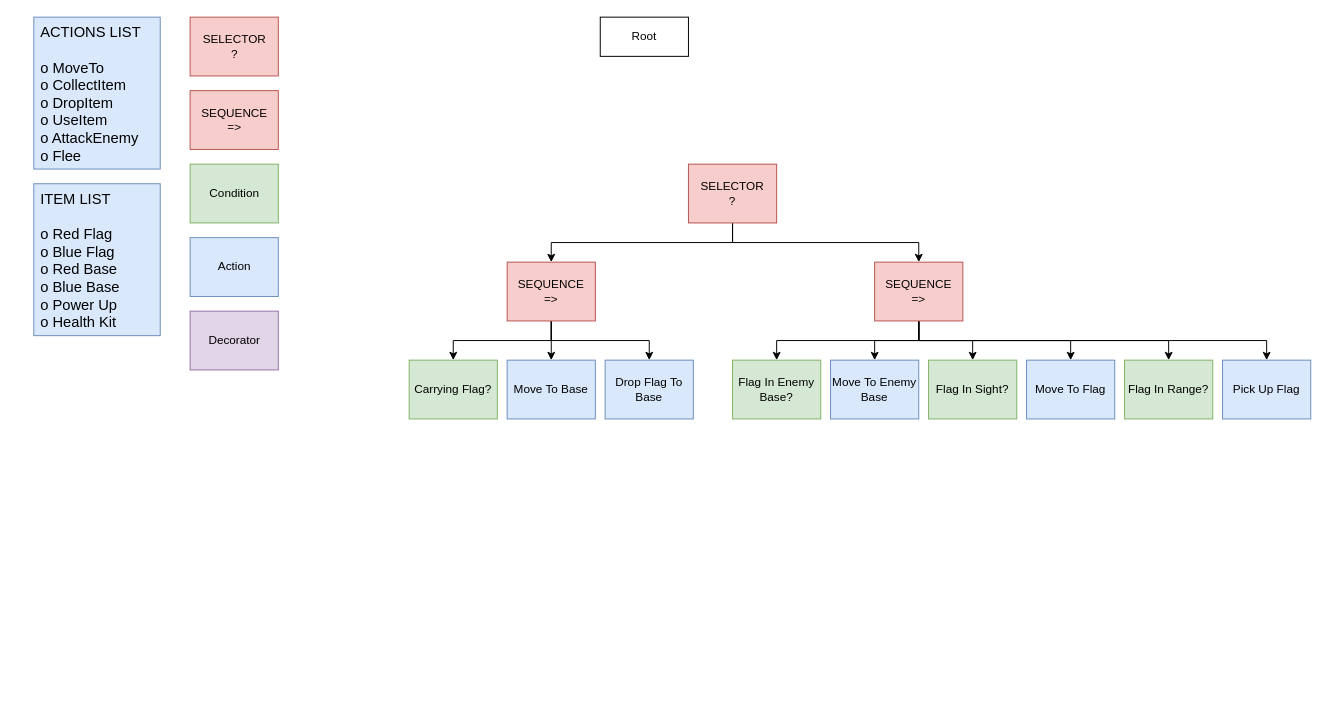
Above: AIAssessmentTree.drawio in Snowball115/SOL-AIBehaviourTree (draw.io), before the change. Source tidied: cells renumbered, new cells numbered last; positions are measured from the earlier drawing's top-left corner, leaving out a move shared by most shapes. Both pictures are drawn from the tidied source at 98%, with x=0, y=0 at pixel (33, 17).
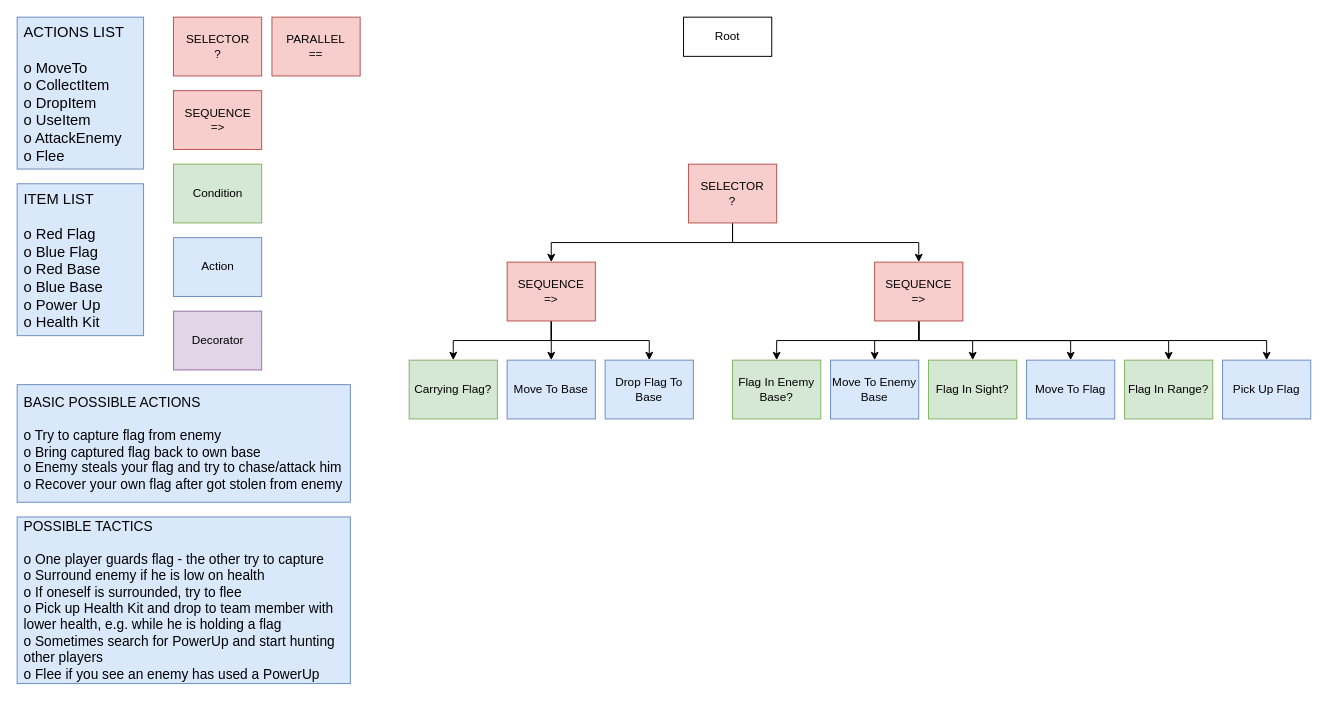
After the change.

What changed in the source:
```diff
@@
     <mxCell id="2" value="Root" style="rounded=0;whiteSpace=wrap;html=1;labelBackgroundColor=none;fontSize=12;" parent="1" vertex="1">
-      <mxGeometry x="578" width="90" height="40" as="geometry" />
+      <mxGeometry x="663" width="90" height="40" as="geometry" />
     </mxCell>
     <mxCell id="3" value="SELECTOR&lt;br&gt;?" style="rounded=0;whiteSpace=wrap;html=1;labelBackgroundColor=none;fontSize=12;fillColor=#f8cecc;strokeColor=#b85450;" parent="1" vertex="1">
-      <mxGeometry x="159.5" width="90" height="60" as="geometry" />
+      <mxGeometry x="142.5" width="90" height="60" as="geometry" />
     </mxCell>
     <mxCell id="4" value="SEQUENCE&lt;br&gt;=&amp;gt;" style="rounded=0;whiteSpace=wrap;html=1;labelBackgroundColor=none;fontSize=12;fillColor=#f8cecc;strokeColor=#b85450;" parent="1" vertex="1">
-      <mxGeometry x="159.5" y="75" width="90" height="60" as="geometry" />
+      <mxGeometry x="142.5" y="75" width="90" height="60" as="geometry" />
     </mxCell>
     <mxCell id="5" value="Condition" style="rounded=0;whiteSpace=wrap;html=1;labelBackgroundColor=none;fontSize=12;fillColor=#d5e8d4;strokeColor=#82b366;" parent="1" vertex="1">
-      <mxGeometry x="159.5" y="150" width="90" height="60" as="geometry" />
+      <mxGeometry x="142.5" y="150" width="90" height="60" as="geometry" />
     </mxCell>
     <mxCell id="6" value="Action" style="rounded=0;whiteSpace=wrap;html=1;labelBackgroundColor=none;fontSize=12;fillColor=#dae8fc;strokeColor=#6c8ebf;" parent="1" vertex="1">
-      <mxGeometry x="159.5" y="225" width="90" height="60" as="geometry" />
+      <mxGeometry x="142.5" y="225" width="90" height="60" as="geometry" />
     </mxCell>
     <mxCell id="7" value="Decorator" style="rounded=0;whiteSpace=wrap;html=1;labelBackgroundColor=none;fontSize=12;fillColor=#e1d5e7;strokeColor=#9673a6;" parent="1" vertex="1">
-      <mxGeometry x="159.5" y="300" width="90" height="60" as="geometry" />
+      <mxGeometry x="142.5" y="300" width="90" height="60" as="geometry" />
     </mxCell>
@@
     <mxCell id="28" value="ACTIONS LIST&lt;br style=&quot;font-size: 15px;&quot;&gt;&lt;br style=&quot;font-size: 15px;&quot;&gt;o MoveTo&lt;br style=&quot;font-size: 15px;&quot;&gt;o CollectItem&lt;br style=&quot;font-size: 15px;&quot;&gt;o DropItem&lt;br style=&quot;font-size: 15px;&quot;&gt;o UseItem&lt;br style=&quot;font-size: 15px;&quot;&gt;o AttackEnemy&lt;br style=&quot;font-size: 15px;&quot;&gt;o Flee" style="rounded=0;labelBackgroundColor=none;fontSize=15;fillColor=#dae8fc;strokeColor=#6c8ebf;align=left;fontStyle=0;horizontal=1;labelPosition=center;verticalLabelPosition=middle;verticalAlign=middle;whiteSpace=wrap;html=1;spacingTop=0;spacingLeft=5;spacing=2;" parent="1" vertex="1">
-      <mxGeometry width="129" height="155" as="geometry" />
+      <mxGeometry x="-17" width="129" height="155" as="geometry" />
     </mxCell>
     <mxCell id="29" value="ITEM LIST&lt;br style=&quot;font-size: 15px&quot;&gt;&lt;br style=&quot;font-size: 15px&quot;&gt;o Red Flag&lt;br style=&quot;font-size: 15px&quot;&gt;o Blue Flag&lt;br style=&quot;font-size: 15px&quot;&gt;o Red Base&lt;br style=&quot;font-size: 15px&quot;&gt;o Blue Base&lt;br style=&quot;font-size: 15px&quot;&gt;o Power Up&lt;br style=&quot;font-size: 15px&quot;&gt;o Health Kit" style="rounded=0;labelBackgroundColor=none;fontSize=15;fillColor=#dae8fc;strokeColor=#6c8ebf;align=left;fontStyle=0;horizontal=1;labelPosition=center;verticalLabelPosition=middle;verticalAlign=middle;whiteSpace=wrap;html=1;spacingTop=0;spacingLeft=5;spacing=2;" parent="1" vertex="1">
-      <mxGeometry y="170" width="129" height="155" as="geometry" />
+      <mxGeometry x="-17" y="170" width="129" height="155" as="geometry" />
     </mxCell>
@@
+    <mxCell id="33" value="BASIC POSSIBLE ACTIONS&lt;br style=&quot;font-size: 14px;&quot;&gt;&lt;br style=&quot;font-size: 14px;&quot;&gt;o Try to capture flag from enemy&lt;br style=&quot;font-size: 14px;&quot;&gt;o Bring captured flag back to own base&lt;br style=&quot;font-size: 14px;&quot;&gt;o Enemy steals your flag and try to chase/attack him&lt;br style=&quot;font-size: 14px;&quot;&gt;o Recover your own flag after got stolen from enemy" style="rounded=0;labelBackgroundColor=none;fontSize=14;fillColor=#dae8fc;strokeColor=#6c8ebf;align=left;fontStyle=0;horizontal=1;labelPosition=center;verticalLabelPosition=middle;verticalAlign=middle;whiteSpace=wrap;html=1;spacingTop=0;spacingLeft=5;spacing=2;" parent="1" vertex="1">
+      <mxGeometry x="-17" y="375" width="340" height="120" as="geometry" />
+    </mxCell>
+    <mxCell id="34" value="POSSIBLE TACTICS&lt;br&gt;&lt;br&gt;o One player guards flag - the other try to capture&lt;br&gt;o Surround enemy if he is low on health&lt;br&gt;o If oneself is surrounded, try to flee&lt;br&gt;o Pick up Health Kit and drop to team member with lower health, e.g. while he is holding a flag&lt;br&gt;o Sometimes search for PowerUp and start hunting other players&lt;br&gt;o Flee if you see an enemy has used a PowerUp" style="rounded=0;labelBackgroundColor=none;fontSize=14;fillColor=#dae8fc;strokeColor=#6c8ebf;align=left;fontStyle=0;horizontal=1;labelPosition=center;verticalLabelPosition=middle;verticalAlign=middle;whiteSpace=wrap;html=1;spacingTop=0;spacingLeft=5;spacing=2;" parent="1" vertex="1">
+      <mxGeometry x="-17" y="510" width="340" height="170" as="geometry" />
+    </mxCell>
+    <mxCell id="35" value="PARALLEL&lt;br&gt;==" style="rounded=0;whiteSpace=wrap;html=1;labelBackgroundColor=none;fontSize=12;fillColor=#f8cecc;strokeColor=#b85450;" parent="1" vertex="1">
+      <mxGeometry x="243" width="90" height="60" as="geometry" />
+    </mxCell>
```
